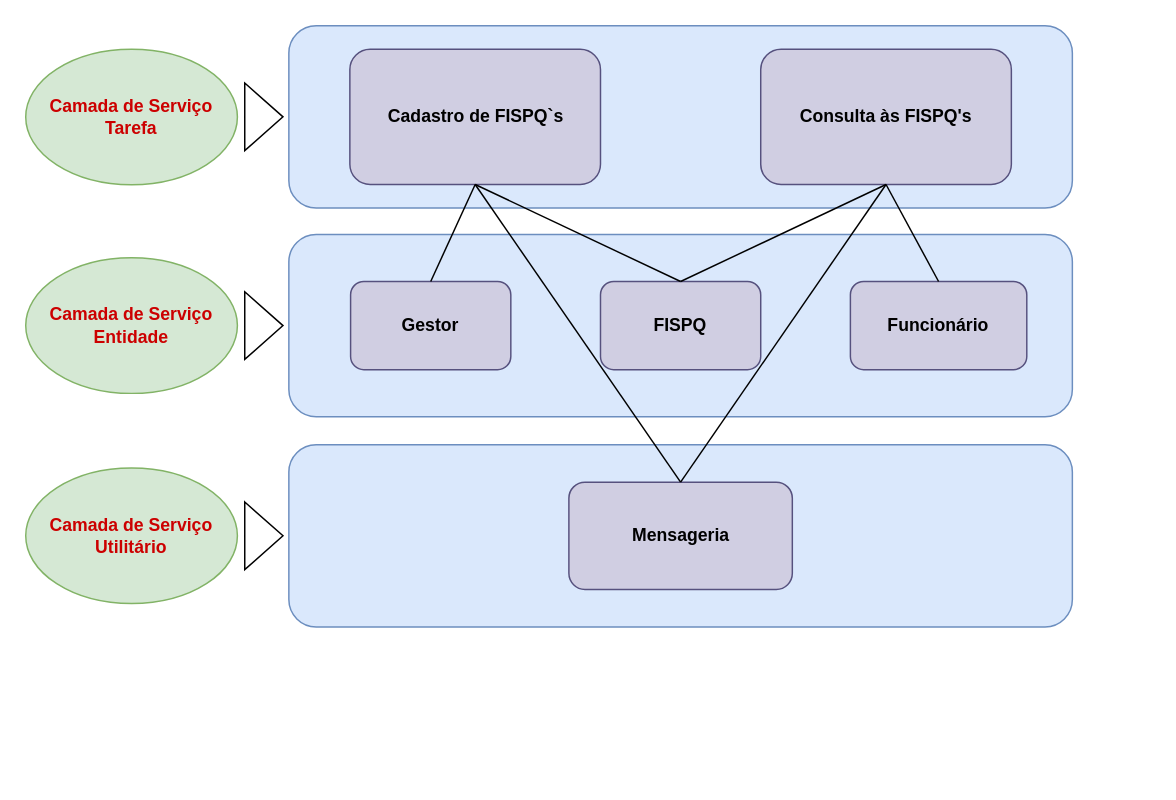
This is page "Página-1" (1 of 2) of imagens/a.drawio from gb-cs-rt/stoc_fispq, a draw.io file, before an edit. Source tidied: cells renumbered, new cells numbered last; positions are measured from the earlier drawing's top-left corner, leaving out a move shared by most shapes. Both pictures are drawn from the tidied source at 147%, with x=0, y=0 at pixel (25, 25).
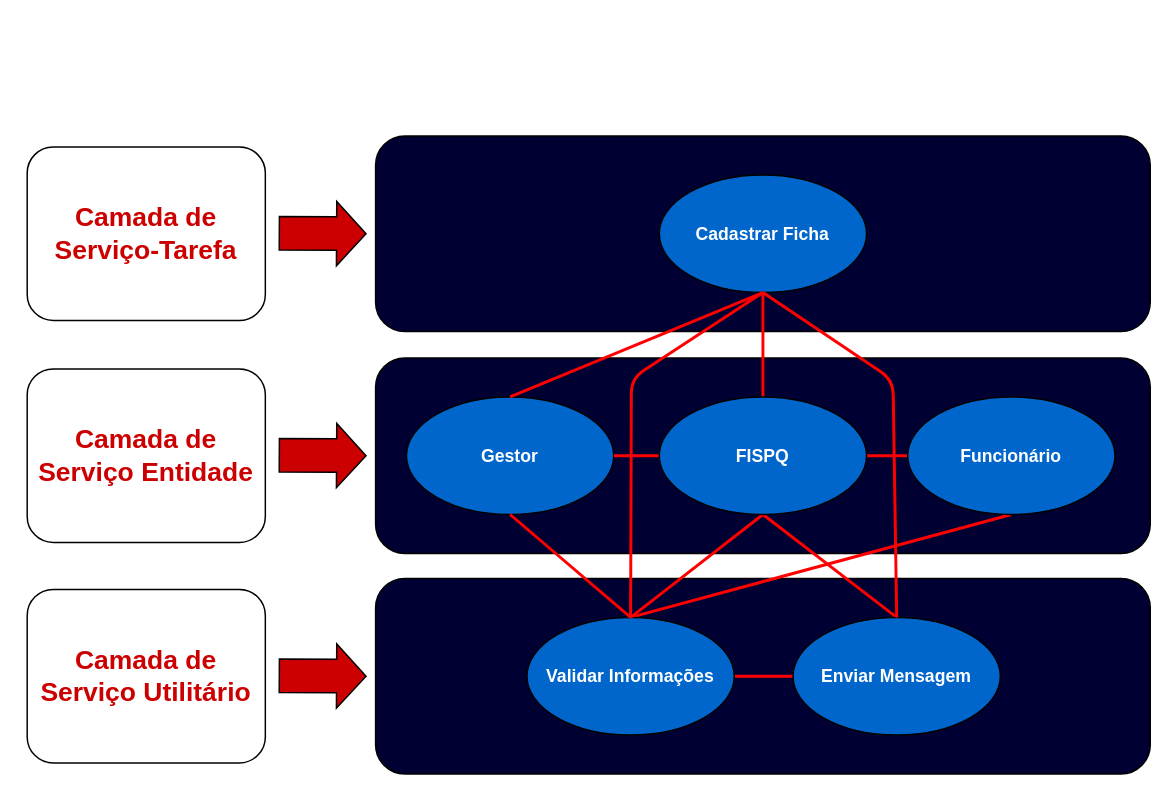
The same diagram, later.

The edit, as a diff of the source:
```diff
@@
-    <mxCell id="2" style="rounded=1;whiteSpace=wrap;html=1;fillColor=#dae8fc;strokeColor=#6c8ebf;" parent="1" vertex="1">
-      <mxGeometry x="179" width="533" height="124" as="geometry" />
-    </mxCell>
-    <mxCell id="3" value="&lt;b&gt;Consulta às FISPQ's&lt;/b&gt;" style="rounded=1;whiteSpace=wrap;html=1;fillColor=#d0cee2;strokeColor=#56517e;" parent="1" vertex="1">
-      <mxGeometry x="500" y="16" width="170.5" height="92" as="geometry" />
-    </mxCell>
-    <mxCell id="4" style="rounded=1;whiteSpace=wrap;html=1;fillColor=#dae8fc;strokeColor=#6c8ebf;" parent="1" vertex="1">
-      <mxGeometry x="179" y="142" width="533" height="124" as="geometry" />
-    </mxCell>
+    <mxCell id="23" style="rounded=1;whiteSpace=wrap;html=1;fillStyle=solid;fillColor=#000033;" parent="1" vertex="1">
+      <mxGeometry x="238" y="75" width="527" height="133" as="geometry" />
+    </mxCell>
+    <mxCell id="24" style="shape=flexArrow;endArrow=classic;html=1;rounded=0;width=22.758620689655174;endSize=6.344827586206896;fillColor=#CC0000;fillStyle=solid;" parent="1" edge="1">
+      <mxGeometry relative="1" as="geometry">
+        <mxPoint x="172" y="141.2" as="sourcePoint" />
+        <mxPoint x="232" y="141.5" as="targetPoint" />
+      </mxGeometry>
+    </mxCell>
+    <mxCell id="25" value="Cadastrar Ficha" style="ellipse;whiteSpace=wrap;html=1;fillColor=#0066CC;fontColor=#FFFFFF;fontStyle=1;" parent="1" vertex="1">
+      <mxGeometry x="431" y="101.5" width="141" height="80" as="geometry" />
+    </mxCell>
+    <mxCell id="26" value="Camada de Serviço-Tarefa" style="rounded=1;whiteSpace=wrap;html=1;fontSize=18;fontStyle=1;fontColor=#CC0000;" parent="1" vertex="1">
+      <mxGeometry x="1" y="82.5" width="162" height="118" as="geometry" />
+    </mxCell>
+    <mxCell id="27" style="rounded=1;whiteSpace=wrap;html=1;fillStyle=solid;fillColor=#000033;" parent="1" vertex="1">
+      <mxGeometry x="238" y="226" width="527" height="133" as="geometry" />
+    </mxCell>
+    <mxCell id="28" style="shape=flexArrow;endArrow=classic;html=1;rounded=0;width=22.758620689655174;endSize=6.344827586206896;fillColor=#CC0000;fillStyle=solid;" parent="1" edge="1">
+      <mxGeometry relative="1" as="geometry">
+        <mxPoint x="172" y="292.2" as="sourcePoint" />
+        <mxPoint x="232" y="292.5" as="targetPoint" />
+      </mxGeometry>
+    </mxCell>
-    <mxCell id="5" value="&lt;b&gt;Gestor&lt;/b&gt;" style="rounded=1;whiteSpace=wrap;html=1;fillColor=#d0cee2;strokeColor=#56517e;" parent="1" vertex="1">
-      <mxGeometry x="221" y="174" width="109" height="60" as="geometry" />
+    <mxCell id="5" value="Gestor" style="ellipse;whiteSpace=wrap;html=1;fillColor=#0066CC;fontColor=#FFFFFF;fontStyle=1;" parent="1" vertex="1">
+      <mxGeometry x="259" y="252.5" width="141" height="80" as="geometry" />
     </mxCell>
+    <mxCell id="18" value="Camada de Serviço Entidade" style="rounded=1;whiteSpace=wrap;html=1;fontSize=18;fontStyle=1;fontColor=#CC0000;" parent="1" vertex="1">
+      <mxGeometry x="1" y="233.5" width="162" height="118" as="geometry" />
+    </mxCell>
+    <mxCell id="29" style="shape=connector;rounded=0;jettySize=auto;html=1;exitX=0.5;exitY=1;exitDx=0;exitDy=0;entryX=0.5;entryY=0;entryDx=0;entryDy=0;strokeColor=#FF0000;strokeWidth=2;align=center;verticalAlign=middle;fontFamily=Helvetica;fontSize=11;fontColor=default;labelBackgroundColor=default;endArrow=none;endFill=0;" parent="1" edge="1" source="25" target="5">
+      <mxGeometry relative="1" as="geometry" />
+    </mxCell>
+    <mxCell id="30" style="rounded=1;whiteSpace=wrap;html=1;fillStyle=solid;fillColor=#000033;" parent="1" vertex="1">
+      <mxGeometry x="238" y="376" width="527" height="133" as="geometry" />
+    </mxCell>
+    <mxCell id="31" style="shape=flexArrow;endArrow=classic;html=1;rounded=0;width=22.758620689655174;endSize=6.344827586206896;fillColor=#CC0000;fillStyle=solid;" parent="1" edge="1">
+      <mxGeometry relative="1" as="geometry">
+        <mxPoint x="172" y="442.2" as="sourcePoint" />
+        <mxPoint x="232" y="442.5" as="targetPoint" />
+      </mxGeometry>
+    </mxCell>
+    <mxCell id="32" style="edgeStyle=none;shape=connector;rounded=0;jettySize=auto;html=1;exitX=0.5;exitY=0;exitDx=0;exitDy=0;entryX=0.5;entryY=1;entryDx=0;entryDy=0;strokeColor=#FF0000;strokeWidth=2;align=center;verticalAlign=middle;fontFamily=Helvetica;fontSize=11;fontColor=default;labelBackgroundColor=default;endArrow=none;endFill=0;" parent="1" edge="1" source="34" target="6">
+      <mxGeometry relative="1" as="geometry" />
+    </mxCell>
+    <mxCell id="33" style="edgeStyle=none;shape=connector;rounded=0;jettySize=auto;html=1;exitX=1;exitY=0.5;exitDx=0;exitDy=0;entryX=0;entryY=0.5;entryDx=0;entryDy=0;strokeColor=#FF0000;strokeWidth=2;align=center;verticalAlign=middle;fontFamily=Helvetica;fontSize=11;fontColor=default;labelBackgroundColor=default;endArrow=none;endFill=0;" parent="1" edge="1" source="34" target="40">
+      <mxGeometry relative="1" as="geometry" />
+    </mxCell>
+    <mxCell id="34" value="Validar Informações" style="ellipse;whiteSpace=wrap;html=1;fillColor=#0066CC;fontColor=#FFFFFF;fontStyle=1;" parent="1" vertex="1">
+      <mxGeometry x="341" y="402.5" width="141" height="80" as="geometry" />
+    </mxCell>
+    <mxCell id="19" value="Camada de Serviço Utilitário" style="rounded=1;whiteSpace=wrap;html=1;fontSize=18;fontStyle=1;fontColor=#CC0000;" parent="1" vertex="1">
+      <mxGeometry x="1" y="383.5" width="162" height="118" as="geometry" />
+    </mxCell>
+    <mxCell id="35" style="edgeStyle=orthogonalEdgeStyle;rounded=0;jettySize=auto;html=1;exitX=0.5;exitY=1;exitDx=0;exitDy=0;entryX=0.5;entryY=0;entryDx=0;entryDy=0;strokeWidth=2;strokeColor=#FF0000;endArrow=none;endFill=0;" parent="1" edge="1" source="25" target="10">
+      <mxGeometry relative="1" as="geometry" />
+    </mxCell>
+    <mxCell id="36" style="shape=connector;rounded=0;jettySize=auto;html=1;exitX=0.5;exitY=1;exitDx=0;exitDy=0;entryX=0.5;entryY=0;entryDx=0;entryDy=0;strokeColor=#FF0000;strokeWidth=2;align=center;verticalAlign=middle;fontFamily=Helvetica;fontSize=11;fontColor=default;labelBackgroundColor=default;endArrow=none;endFill=0;" parent="1" edge="1" source="10" target="34">
+      <mxGeometry relative="1" as="geometry" />
+    </mxCell>
+    <mxCell id="37" style="edgeStyle=none;shape=connector;rounded=0;jettySize=auto;html=1;exitX=0.5;exitY=1;exitDx=0;exitDy=0;entryX=0.5;entryY=0;entryDx=0;entryDy=0;strokeColor=#FF0000;strokeWidth=2;align=center;verticalAlign=middle;fontFamily=Helvetica;fontSize=11;fontColor=default;labelBackgroundColor=default;endArrow=none;endFill=0;" parent="1" edge="1" source="10" target="40">
+      <mxGeometry relative="1" as="geometry" />
+    </mxCell>
+    <mxCell id="38" style="edgeStyle=none;shape=connector;rounded=0;jettySize=auto;html=1;exitX=1;exitY=0.5;exitDx=0;exitDy=0;entryX=0;entryY=0.5;entryDx=0;entryDy=0;strokeColor=#FF0000;strokeWidth=2;align=center;verticalAlign=middle;fontFamily=Helvetica;fontSize=11;fontColor=default;labelBackgroundColor=default;endArrow=none;endFill=0;" parent="1" edge="1" source="10" target="6">
+      <mxGeometry relative="1" as="geometry" />
+    </mxCell>
+    <mxCell id="39" style="edgeStyle=none;shape=connector;rounded=0;jettySize=auto;html=1;exitX=0;exitY=0.5;exitDx=0;exitDy=0;entryX=1;entryY=0.5;entryDx=0;entryDy=0;strokeColor=#FF0000;strokeWidth=2;align=center;verticalAlign=middle;fontFamily=Helvetica;fontSize=11;fontColor=default;labelBackgroundColor=default;endArrow=none;endFill=0;" parent="1" edge="1" source="10" target="5">
+      <mxGeometry relative="1" as="geometry" />
+    </mxCell>
+    <mxCell id="10" value="FISPQ" style="ellipse;whiteSpace=wrap;html=1;fillColor=#0066CC;fontColor=#FFFFFF;fontStyle=1;" parent="1" vertex="1">
+      <mxGeometry x="431" y="252.5" width="141" height="80" as="geometry" />
+    </mxCell>
-    <mxCell id="6" value="&lt;b&gt;Funcionário&lt;/b&gt;" style="rounded=1;whiteSpace=wrap;html=1;fillColor=#d0cee2;strokeColor=#56517e;" parent="1" vertex="1">
-      <mxGeometry x="561" y="174" width="120" height="60" as="geometry" />
+    <mxCell id="6" value="Funcionário" style="ellipse;whiteSpace=wrap;html=1;fillColor=#0066CC;fontColor=#FFFFFF;fontStyle=1;" parent="1" vertex="1">
+      <mxGeometry x="600" y="252.5" width="141" height="80" as="geometry" />
     </mxCell>
-    <mxCell id="7" style="rounded=1;whiteSpace=wrap;html=1;fillColor=#dae8fc;strokeColor=#6c8ebf;" parent="1" vertex="1">
-      <mxGeometry x="179" y="285" width="533" height="124" as="geometry" />
-    </mxCell>
-    <mxCell id="8" value="&lt;b&gt;Mensageria&lt;/b&gt;" style="rounded=1;whiteSpace=wrap;html=1;fillColor=#d0cee2;strokeColor=#56517e;" parent="1" vertex="1">
-      <mxGeometry x="369.5" y="310.5" width="152" height="73" as="geometry" />
-    </mxCell>
-    <mxCell id="9" value="&lt;b&gt;Cadastro de FISPQ`s&lt;/b&gt;" style="rounded=1;whiteSpace=wrap;html=1;fillColor=#d0cee2;strokeColor=#56517e;" parent="1" vertex="1">
-      <mxGeometry x="220.5" y="16" width="170.5" height="92" as="geometry" />
-    </mxCell>
-    <mxCell id="10" value="&lt;b&gt;FISPQ&lt;/b&gt;" style="rounded=1;whiteSpace=wrap;html=1;fillColor=#d0cee2;strokeColor=#56517e;" parent="1" vertex="1">
-      <mxGeometry x="391" y="174" width="109" height="60" as="geometry" />
-    </mxCell>
-    <mxCell id="11" style="endArrow=none;html=1;rounded=0;entryX=0.5;entryY=1;entryDx=0;entryDy=0;exitX=0.5;exitY=0;exitDx=0;exitDy=0;" parent="1" edge="1" source="6" target="3">
-      <mxGeometry relative="1" as="geometry" />
-    </mxCell>
-    <mxCell id="12" style="endArrow=none;html=1;rounded=0;entryX=0.5;entryY=1;entryDx=0;entryDy=0;exitX=0.5;exitY=0;exitDx=0;exitDy=0;" parent="1" edge="1" source="10" target="3">
-      <mxGeometry relative="1" as="geometry" />
-    </mxCell>
-    <mxCell id="13" style="endArrow=none;html=1;rounded=0;entryX=0.5;entryY=1;entryDx=0;entryDy=0;exitX=0.5;exitY=0;exitDx=0;exitDy=0;" parent="1" edge="1" source="5" target="9">
-      <mxGeometry relative="1" as="geometry" />
-    </mxCell>
-    <mxCell id="14" style="endArrow=none;html=1;rounded=0;entryX=0.5;entryY=1;entryDx=0;entryDy=0;exitX=0.5;exitY=0;exitDx=0;exitDy=0;" parent="1" edge="1" source="10" target="9">
-      <mxGeometry relative="1" as="geometry" />
-    </mxCell>
-    <mxCell id="15" style="endArrow=none;html=1;rounded=0;entryX=0.5;entryY=1;entryDx=0;entryDy=0;exitX=0.5;exitY=0;exitDx=0;exitDy=0;" parent="1" edge="1" source="8" target="9">
-      <mxGeometry relative="1" as="geometry" />
-    </mxCell>
-    <mxCell id="16" style="endArrow=none;html=1;rounded=0;entryX=0.5;entryY=1;entryDx=0;entryDy=0;exitX=0.5;exitY=0;exitDx=0;exitDy=0;" parent="1" edge="1" source="8" target="3">
-      <mxGeometry relative="1" as="geometry" />
-    </mxCell>
-    <mxCell id="17" value="&lt;b&gt;&lt;font style=&quot;color: rgb(204, 0, 0);&quot;&gt;Camada de Serviço&lt;/font&gt;&lt;/b&gt;&lt;div&gt;&lt;b&gt;&lt;font style=&quot;color: rgb(204, 0, 0);&quot;&gt;Tarefa&lt;/font&gt;&lt;/b&gt;&lt;/div&gt;" style="ellipse;whiteSpace=wrap;html=1;fillColor=#d5e8d4;strokeColor=#82b366;" parent="1" vertex="1">
-      <mxGeometry y="16" width="144" height="92.2" as="geometry" />
-    </mxCell>
-    <mxCell id="18" value="&lt;b&gt;&lt;font style=&quot;color: rgb(204, 0, 0);&quot;&gt;Camada de Serviço&lt;/font&gt;&lt;/b&gt;&lt;div&gt;&lt;b&gt;&lt;font style=&quot;color: rgb(204, 0, 0);&quot;&gt;Entidade&lt;/font&gt;&lt;/b&gt;&lt;/div&gt;" style="ellipse;whiteSpace=wrap;html=1;fillColor=#d5e8d4;strokeColor=#82b366;" parent="1" vertex="1">
-      <mxGeometry y="157.9" width="144" height="92.2" as="geometry" />
-    </mxCell>
-    <mxCell id="19" value="&lt;b&gt;&lt;font style=&quot;color: rgb(204, 0, 0);&quot;&gt;Camada de Serviço&lt;/font&gt;&lt;/b&gt;&lt;div&gt;&lt;b&gt;&lt;font style=&quot;color: rgb(204, 0, 0);&quot;&gt;Utilitário&lt;/font&gt;&lt;/b&gt;&lt;/div&gt;" style="ellipse;whiteSpace=wrap;html=1;fillColor=#d5e8d4;strokeColor=#82b366;" parent="1" vertex="1">
-      <mxGeometry y="300.9" width="144" height="92.2" as="geometry" />
-    </mxCell>
-    <mxCell id="20" style="triangle;whiteSpace=wrap;html=1;" parent="1" vertex="1">
-      <mxGeometry x="149" y="39" width="26" height="46" as="geometry" />
-    </mxCell>
-    <mxCell id="21" style="triangle;whiteSpace=wrap;html=1;" parent="1" vertex="1">
-      <mxGeometry x="149" y="181" width="26" height="46" as="geometry" />
-    </mxCell>
-    <mxCell id="22" style="triangle;whiteSpace=wrap;html=1;" parent="1" vertex="1">
-      <mxGeometry x="149" y="324" width="26" height="46" as="geometry" />
-    </mxCell>
+    <mxCell id="40" value="Enviar Mensagem" style="ellipse;whiteSpace=wrap;html=1;fillColor=#0066CC;fontColor=#FFFFFF;fontStyle=1;" parent="1" vertex="1">
+      <mxGeometry x="522" y="402.5" width="141" height="80" as="geometry" />
+    </mxCell>
+    <mxCell id="41" style="edgeStyle=none;shape=connector;rounded=1;jettySize=auto;html=1;exitX=0.5;exitY=1;exitDx=0;exitDy=0;entryX=0.5;entryY=0;entryDx=0;entryDy=0;strokeColor=#FF0000;strokeWidth=2;align=center;verticalAlign=middle;fontFamily=Helvetica;fontSize=11;fontColor=default;labelBackgroundColor=default;endArrow=none;endFill=0;curved=0;" parent="1" edge="1" source="25" target="40">
+      <mxGeometry relative="1" as="geometry">
+        <Array as="points">
+          <mxPoint x="590" y="241" />
+        </Array>
+      </mxGeometry>
+    </mxCell>
+    <mxCell id="42" style="edgeStyle=none;shape=connector;rounded=1;jettySize=auto;html=1;exitX=0.5;exitY=1;exitDx=0;exitDy=0;entryX=0.5;entryY=0;entryDx=0;entryDy=0;strokeColor=#FF0000;strokeWidth=2;align=center;verticalAlign=middle;fontFamily=Helvetica;fontSize=11;fontColor=default;labelBackgroundColor=default;endArrow=none;endFill=0;curved=0;" parent="1" edge="1" source="25" target="34">
+      <mxGeometry relative="1" as="geometry">
+        <Array as="points">
+          <mxPoint x="412" y="240" />
+        </Array>
+      </mxGeometry>
+    </mxCell>
+    <mxCell id="43" style="edgeStyle=none;shape=connector;rounded=0;jettySize=auto;html=1;exitX=0.5;exitY=1;exitDx=0;exitDy=0;entryX=0.5;entryY=0;entryDx=0;entryDy=0;strokeColor=#FF0000;strokeWidth=2;align=center;verticalAlign=middle;fontFamily=Helvetica;fontSize=11;fontColor=default;labelBackgroundColor=default;endArrow=none;endFill=0;" parent="1" edge="1" source="5" target="34">
+      <mxGeometry relative="1" as="geometry" />
+    </mxCell>
```
